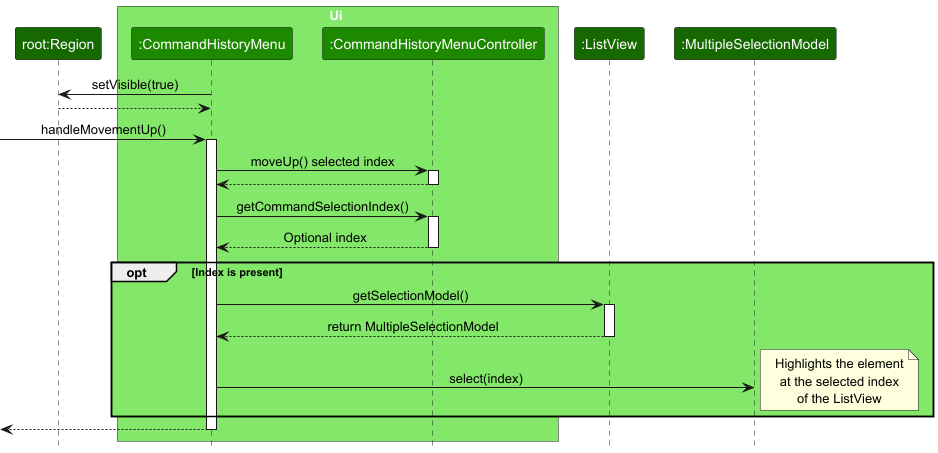
carineang/tp keeps this PlantUML diagram as docs/images/CommandHistorySequenceDiagram.png. Above is the earlier version.
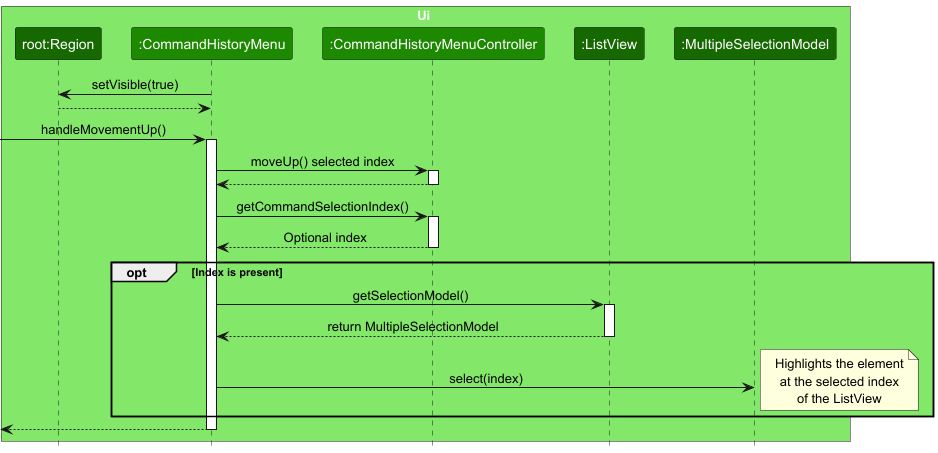
After the commit.

Commit message:
Add command history implementation to DG

What changed in the source:
```diff
@@ -4,15 +4,15 @@
 
 
 
-participant "root:Region" as Region UI_COLOR_T3
 
 box Ui UI_COLOR_T1
+participant "root:Region" as Region UI_COLOR_T3
 participant ":CommandHistoryMenu" as CommandHistoryMenu UI_COLOR
 participant ":CommandHistoryMenuController" as CommandHistoryMenuController UI_COLOR
+participant ":ListView" as ListView UI_COLOR_T3
+participant ":MultipleSelectionModel" as MultipleSelectionModel UI_COLOR_T3
 end box
 
-participant ":ListView" as ListView UI_COLOR_T3
-participant ":MultipleSelectionModel" as MultipleSelectionModel UI_COLOR_T3
 
 CommandHistoryMenu -> Region : setVisible(true)
 Region --> CommandHistoryMenu
```
